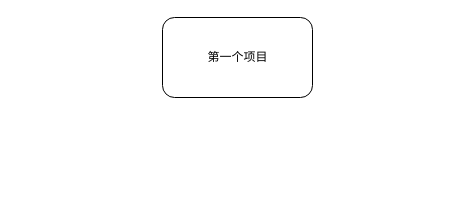
Before: gb28181/002.drawio in ZihangFang/drawio_hunter123, a draw.io diagram. Source tidied: cells renumbered, new cells numbered last; positions are measured from the earlier drawing's top-left corner, leaving out a move shared by most shapes. Both pictures are drawn from the tidied source at 100%, with x=0, y=0 at pixel (162, 17).
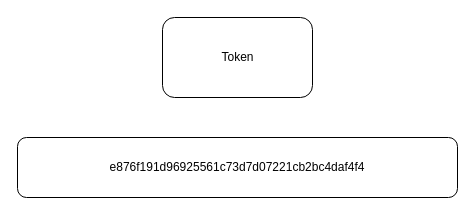
Above is the later version.

What changed in the source:
```diff
@@
 <mxGraphModel>
   <root>
     <mxCell id="0" />
     <mxCell id="1" parent="0" />
     <mxCell id="2" style="rounded=1;whiteSpace=wrap;html=1;" parent="1" vertex="1">
       <mxGeometry width="150" height="80" as="geometry" />
     </mxCell>
-    <mxCell id="3" value="第一个项目" style="text;html=1;strokeColor=none;fillColor=none;align=center;verticalAlign=middle;whiteSpace=wrap;rounded=0;" parent="1" vertex="1">
+    <mxCell id="3" value="Token" style="text;html=1;strokeColor=none;fillColor=none;align=center;verticalAlign=middle;whiteSpace=wrap;rounded=0;" parent="1" vertex="1">
       <mxGeometry x="42.5" y="30" width="65" height="20" as="geometry" />
     </mxCell>
+    <mxCell id="4" style="rounded=1;whiteSpace=wrap;html=1;" parent="1" vertex="1">
+      <mxGeometry x="-145" y="120" width="440" height="60" as="geometry" />
+    </mxCell>
+    <mxCell id="5" value="e876f191d96925561c73d7d07221cb2bc4daf4f4" style="text;html=1;strokeColor=none;fillColor=none;align=center;verticalAlign=middle;whiteSpace=wrap;rounded=0;" parent="1" vertex="1">
+      <mxGeometry x="-135" y="140" width="420" height="20" as="geometry" />
+    </mxCell>
   </root>
 </mxGraphModel>
```
